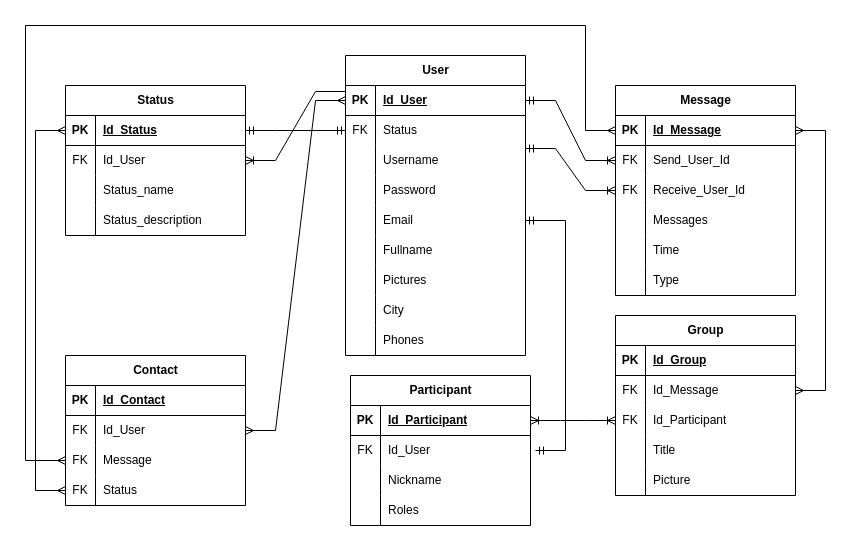
Before: backend/model/ERD.drawio in billzayy/Mobile_Chat_App, a draw.io diagram. Source tidied: cells renumbered, new cells numbered last; positions are measured from the earlier drawing's top-left corner, leaving out a move shared by most shapes. Both pictures are drawn from the tidied source at 100%, with x=0, y=0 at pixel (25, 25).
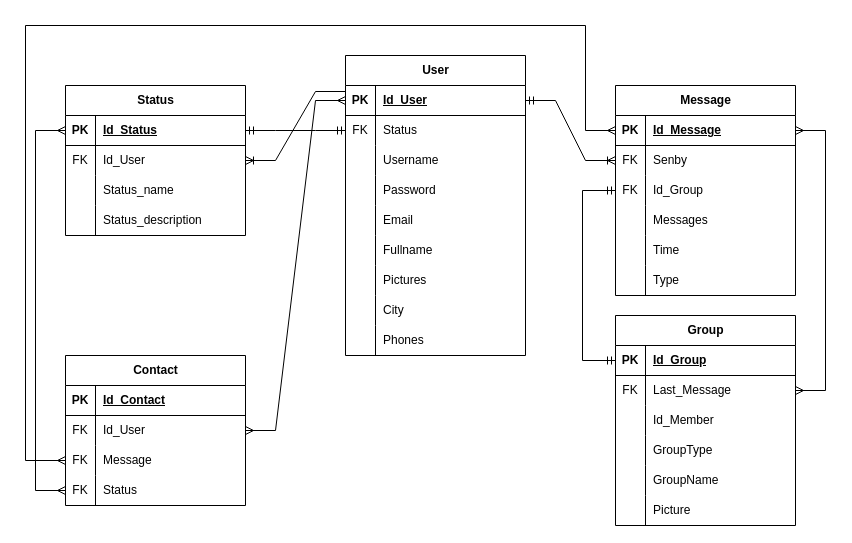
The same page after the edit.

Unchanged cells that the change refers to:
```xml
<mxCell id="6" style="shape=tableRow;horizontal=0;startSize=0;swimlaneHead=0;swimlaneBody=0;fillColor=none;points=[[0,0.5],[1,0.5]];portConstraint=eastwest;top=0;left=0;right=0;bottom=0;" parent="2" vertex="1">
  <mxGeometry y="60" width="180" height="30" as="geometry" />
</mxCell>
<mxCell id="15" style="shape=tableRow;horizontal=0;startSize=0;swimlaneHead=0;swimlaneBody=0;fillColor=none;points=[[0,0.5],[1,0.5]];portConstraint=eastwest;top=0;left=0;right=0;bottom=0;" parent="2" vertex="1">
  <mxGeometry y="150" width="180" height="30" as="geometry" />
</mxCell>
<mxCell id="44" style="shape=tableRow;horizontal=0;startSize=0;swimlaneHead=0;swimlaneBody=0;fillColor=none;points=[[0,0.5],[1,0.5]];portConstraint=eastwest;top=0;left=0;right=0;bottom=1;" parent="43" vertex="1">
  <mxGeometry y="30" width="180" height="30" as="geometry" />
</mxCell>
<mxCell id="47" style="shape=tableRow;horizontal=0;startSize=0;swimlaneHead=0;swimlaneBody=0;fillColor=none;points=[[0,0.5],[1,0.5]];portConstraint=eastwest;top=0;left=0;right=0;bottom=0;" parent="43" vertex="1">
  <mxGeometry y="60" width="180" height="30" as="geometry" />
</mxCell>
<mxCell id="50" style="shape=tableRow;horizontal=0;startSize=0;swimlaneHead=0;swimlaneBody=0;fillColor=none;points=[[0,0.5],[1,0.5]];portConstraint=eastwest;top=0;left=0;right=0;bottom=0;" parent="43" vertex="1">
  <mxGeometry y="90" width="180" height="30" as="geometry" />
</mxCell>
<mxCell id="53" style="shape=tableRow;horizontal=0;startSize=0;swimlaneHead=0;swimlaneBody=0;fillColor=none;top=0;left=0;right=0;bottom=0;" parent="43" vertex="1">
  <mxGeometry y="120" width="180" height="30" as="geometry" />
</mxCell>
<mxCell id="56" style="shape=tableRow;horizontal=0;startSize=0;swimlaneHead=0;swimlaneBody=0;fillColor=none;top=0;left=0;right=0;bottom=0;" parent="43" vertex="1">
  <mxGeometry y="150" width="180" height="30" as="geometry" />
</mxCell>
<mxCell id="63" style="shape=tableRow;horizontal=0;startSize=0;swimlaneHead=0;swimlaneBody=0;fillColor=none;top=0;left=0;right=0;bottom=0;" parent="59" vertex="1">
  <mxGeometry y="60" width="180" height="30" as="geometry" />
</mxCell>
<mxCell id="66" style="shape=tableRow;horizontal=0;startSize=0;swimlaneHead=0;swimlaneBody=0;fillColor=none;points=[[0,0.5],[1,0.5]];portConstraint=eastwest;top=0;left=0;right=0;bottom=0;" parent="59" vertex="1">
  <mxGeometry y="90" width="180" height="30" as="geometry" />
</mxCell>
```

Diff of the diagram source:
```diff
@@
     <mxCell id="43" value="Group" style="shape=table;startSize=30;childLayout=tableLayout;rowLines=0;fontStyle=1;align=center;html=1;" parent="1" vertex="1">
-      <mxGeometry x="590" y="290" width="180" height="180" as="geometry" />
+      <mxGeometry x="590" y="290" width="180" height="210" as="geometry" />
     </mxCell>
@@
-    <mxCell id="49" value="Id_Message" style="shape=partialRectangle;fillColor=none;top=0;left=0;bottom=0;right=0;align=left;spacingLeft=6;overflow=hidden;whiteSpace=wrap;html=1;" parent="47" vertex="1">
+    <mxCell id="49" value="Last_Message" style="shape=partialRectangle;fillColor=none;top=0;left=0;bottom=0;right=0;align=left;spacingLeft=6;overflow=hidden;whiteSpace=wrap;html=1;" parent="47" vertex="1">
       <mxGeometry x="30" width="150" height="30" as="geometry" />
     </mxCell>
@@
-    <mxCell id="51" value="FK" style="shape=partialRectangle;fillColor=none;top=0;left=0;bottom=0;right=0;overflow=hidden;whiteSpace=wrap;html=1;" parent="50" vertex="1">
+    <mxCell id="51" style="shape=partialRectangle;fillColor=none;top=0;left=0;bottom=0;right=0;overflow=hidden;whiteSpace=wrap;html=1;" parent="50" vertex="1">
       <mxGeometry width="30" height="30" as="geometry" />
     </mxCell>
-    <mxCell id="52" value="Id_Participant" style="shape=partialRectangle;fillColor=none;top=0;left=0;bottom=0;right=0;align=left;spacingLeft=6;overflow=hidden;whiteSpace=wrap;html=1;" parent="50" vertex="1">
+    <mxCell id="52" value="Id_Member" style="shape=partialRectangle;fillColor=none;top=0;left=0;bottom=0;right=0;align=left;spacingLeft=6;overflow=hidden;whiteSpace=wrap;html=1;" parent="50" vertex="1">
       <mxGeometry x="30" width="150" height="30" as="geometry" />
     </mxCell>
@@
-    <mxCell id="55" value="Title" style="shape=partialRectangle;fillColor=none;top=0;left=0;bottom=0;right=0;align=left;spacingLeft=6;overflow=hidden;whiteSpace=wrap;html=1;" parent="53" vertex="1">
+    <mxCell id="55" value="GroupType" style="shape=partialRectangle;fillColor=none;top=0;left=0;bottom=0;right=0;align=left;spacingLeft=6;overflow=hidden;whiteSpace=wrap;html=1;" parent="53" vertex="1">
       <mxGeometry x="30" width="150" height="30" as="geometry" />
     </mxCell>
@@
-    <mxCell id="58" value="Picture" style="shape=partialRectangle;fillColor=none;top=0;left=0;bottom=0;right=0;align=left;spacingLeft=6;overflow=hidden;whiteSpace=wrap;html=1;" parent="56" vertex="1">
+    <mxCell id="58" value="GroupName" style="shape=partialRectangle;fillColor=none;top=0;left=0;bottom=0;right=0;align=left;spacingLeft=6;overflow=hidden;whiteSpace=wrap;html=1;" parent="56" vertex="1">
       <mxGeometry x="30" width="150" height="30" as="geometry" />
     </mxCell>
+    <mxCell id="114" style="shape=tableRow;horizontal=0;startSize=0;swimlaneHead=0;swimlaneBody=0;fillColor=none;top=0;left=0;right=0;bottom=0;" parent="43" vertex="1">
+      <mxGeometry y="180" width="180" height="30" as="geometry" />
+    </mxCell>
+    <mxCell id="115" style="shape=partialRectangle;fillColor=none;top=0;left=0;bottom=0;right=0;overflow=hidden;whiteSpace=wrap;html=1;" parent="114" vertex="1">
+      <mxGeometry width="30" height="30" as="geometry" />
+    </mxCell>
+    <mxCell id="116" value="Picture" style="shape=partialRectangle;fillColor=none;top=0;left=0;bottom=0;right=0;align=left;spacingLeft=6;overflow=hidden;whiteSpace=wrap;html=1;" parent="114" vertex="1">
+      <mxGeometry x="30" width="150" height="30" as="geometry" />
+    </mxCell>
@@
-    <mxCell id="65" value="Send_User_Id" style="shape=partialRectangle;fillColor=none;top=0;left=0;bottom=0;right=0;align=left;spacingLeft=6;overflow=hidden;whiteSpace=wrap;html=1;" parent="63" vertex="1">
+    <mxCell id="65" value="Senby" style="shape=partialRectangle;fillColor=none;top=0;left=0;bottom=0;right=0;align=left;spacingLeft=6;overflow=hidden;whiteSpace=wrap;html=1;" parent="63" vertex="1">
       <mxGeometry x="30" width="150" height="30" as="geometry" />
     </mxCell>
@@
-    <mxCell id="68" value="Receive_User_Id" style="shape=partialRectangle;fillColor=none;top=0;left=0;bottom=0;right=0;align=left;spacingLeft=6;overflow=hidden;whiteSpace=wrap;html=1;" parent="66" vertex="1">
+    <mxCell id="68" value="Id_Group" style="shape=partialRectangle;fillColor=none;top=0;left=0;bottom=0;right=0;align=left;spacingLeft=6;overflow=hidden;whiteSpace=wrap;html=1;" parent="66" vertex="1">
       <mxGeometry x="30" width="150" height="30" as="geometry" />
     </mxCell>
@@
-    <mxCell id="94" style="edgeStyle=entityRelationEdgeStyle;fontSize=12;html=1;endArrow=ERoneToMany;startArrow=ERmandOne;rounded=0;exitX=1;exitY=1.1;exitDx=0;exitDy=0;entryX=0;entryY=0.5;entryDx=0;entryDy=0;exitPerimeter=0;" parent="1" edge="1" source="6" target="66">
-      <mxGeometry relative="1" as="geometry" />
-    </mxCell>
@@
-    <mxCell id="99" value="Participant" style="shape=table;startSize=30;childLayout=tableLayout;rowLines=0;fontStyle=1;align=center;html=1;" parent="1" vertex="1">
-      <mxGeometry x="325" y="350" width="180" height="150" as="geometry" />
-    </mxCell>
-    <mxCell id="100" style="shape=tableRow;horizontal=0;startSize=0;swimlaneHead=0;swimlaneBody=0;fillColor=none;points=[[0,0.5],[1,0.5]];portConstraint=eastwest;top=0;left=0;right=0;bottom=1;" parent="99" vertex="1">
-      <mxGeometry y="30" width="180" height="30" as="geometry" />
-    </mxCell>
-    <mxCell id="101" value="PK" style="shape=partialRectangle;fillColor=none;top=0;left=0;bottom=0;right=0;fontStyle=1;overflow=hidden;whiteSpace=wrap;html=1;" parent="100" vertex="1">
-      <mxGeometry width="30" height="30" as="geometry" />
-    </mxCell>
-    <mxCell id="102" value="Id_Participant" style="shape=partialRectangle;fillColor=none;top=0;left=0;bottom=0;right=0;align=left;spacingLeft=6;fontStyle=5;overflow=hidden;whiteSpace=wrap;html=1;" parent="100" vertex="1">
-      <mxGeometry x="30" width="150" height="30" as="geometry" />
-    </mxCell>
-    <mxCell id="103" style="shape=tableRow;horizontal=0;startSize=0;swimlaneHead=0;swimlaneBody=0;fillColor=none;top=0;left=0;right=0;bottom=0;" parent="99" vertex="1">
-      <mxGeometry y="60" width="180" height="30" as="geometry" />
-    </mxCell>
-    <mxCell id="104" value="FK" style="shape=partialRectangle;fillColor=none;top=0;left=0;bottom=0;right=0;overflow=hidden;whiteSpace=wrap;html=1;" parent="103" vertex="1">
-      <mxGeometry width="30" height="30" as="geometry" />
-    </mxCell>
-    <mxCell id="105" value="Id_User" style="shape=partialRectangle;fillColor=none;top=0;left=0;bottom=0;right=0;align=left;spacingLeft=6;overflow=hidden;whiteSpace=wrap;html=1;" parent="103" vertex="1">
-      <mxGeometry x="30" width="150" height="30" as="geometry" />
-    </mxCell>
-    <mxCell id="106" style="shape=tableRow;horizontal=0;startSize=0;swimlaneHead=0;swimlaneBody=0;fillColor=none;top=0;left=0;right=0;bottom=0;" parent="99" vertex="1">
-      <mxGeometry y="90" width="180" height="30" as="geometry" />
-    </mxCell>
-    <mxCell id="107" style="shape=partialRectangle;fillColor=none;top=0;left=0;bottom=0;right=0;overflow=hidden;whiteSpace=wrap;html=1;" parent="106" vertex="1">
-      <mxGeometry width="30" height="30" as="geometry" />
-    </mxCell>
-    <mxCell id="108" value="Nickname" style="shape=partialRectangle;fillColor=none;top=0;left=0;bottom=0;right=0;align=left;spacingLeft=6;overflow=hidden;whiteSpace=wrap;html=1;" parent="106" vertex="1">
-      <mxGeometry x="30" width="150" height="30" as="geometry" />
-    </mxCell>
-    <mxCell id="109" style="shape=tableRow;horizontal=0;startSize=0;swimlaneHead=0;swimlaneBody=0;fillColor=none;top=0;left=0;right=0;bottom=0;" parent="99" vertex="1">
-      <mxGeometry y="120" width="180" height="30" as="geometry" />
-    </mxCell>
-    <mxCell id="110" style="shape=partialRectangle;fillColor=none;top=0;left=0;bottom=0;right=0;overflow=hidden;whiteSpace=wrap;html=1;" parent="109" vertex="1">
-      <mxGeometry width="30" height="30" as="geometry" />
-    </mxCell>
-    <mxCell id="111" value="Roles" style="shape=partialRectangle;fillColor=none;top=0;left=0;bottom=0;right=0;align=left;spacingLeft=6;overflow=hidden;whiteSpace=wrap;html=1;" parent="109" vertex="1">
-      <mxGeometry x="30" width="150" height="30" as="geometry" />
-    </mxCell>
-    <mxCell id="112" style="edgeStyle=entityRelationEdgeStyle;fontSize=12;html=1;endArrow=ERoneToMany;startArrow=ERoneToMany;rounded=0;exitX=1;exitY=0.5;exitDx=0;exitDy=0;entryX=0;entryY=0.5;entryDx=0;entryDy=0;" parent="1" edge="1" source="100" target="50">
-      <mxGeometry relative="1" as="geometry" />
-    </mxCell>
-    <mxCell id="113" style="edgeStyle=entityRelationEdgeStyle;fontSize=12;html=1;endArrow=ERmandOne;startArrow=ERmandOne;rounded=0;entryX=1;entryY=0.5;entryDx=0;entryDy=0;" parent="1" edge="1" target="15">
-      <mxGeometry relative="1" as="geometry">
-        <mxPoint x="510" y="425" as="sourcePoint" />
-      </mxGeometry>
-    </mxCell>
+    <mxCell id="117" style="edgeStyle=orthogonalEdgeStyle;html=1;exitX=0;exitY=0.5;exitDx=0;exitDy=0;entryX=0;entryY=0.5;entryDx=0;entryDy=0;endArrow=ERmandOne;endFill=0;startArrow=ERmandOne;startFill=0;rounded=0;" parent="1" edge="1" source="66" target="44">
+      <mxGeometry relative="1" as="geometry">
+        <Array as="points">
+          <mxPoint x="557" y="165" />
+          <mxPoint x="557" y="335" />
+        </Array>
+      </mxGeometry>
+    </mxCell>
```
